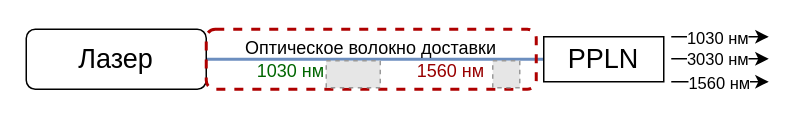
Before: Presentation/images/problem_fiber.drawio in 3dsoundfromtagan/Russian-Phd-LaTeX-Dissertation-Template, a draw.io diagram. Source tidied: cells renumbered, new cells numbered last; positions are measured from the earlier drawing's top-left corner, leaving out a move shared by most shapes. Both pictures are drawn from the tidied source at 150%, with x=0, y=0 at pixel (26, 28). Pictures stored in the file or linked from it are replaced by grey dashed boxes.
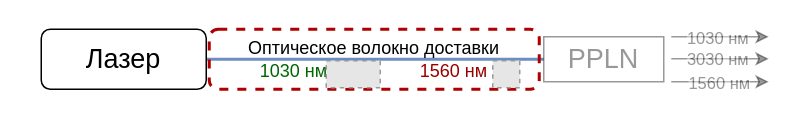
The same diagram, later.

Change to the diagram source:
```diff
@@
 <mxGraphModel>
   <root>
     <mxCell id="0" />
     <mxCell id="1" parent="0" />
     <mxCell id="2" style="edgeStyle=orthogonalEdgeStyle;rounded=0;jettySize=auto;html=1;exitX=1;exitY=0.5;exitDx=0;exitDy=0;entryX=0;entryY=0.5;entryDx=0;entryDy=0;fillColor=#dae8fc;strokeColor=#6c8ebf;endArrow=none;endFill=0;strokeWidth=2;" parent="1" edge="1" source="3" target="5">
       <mxGeometry relative="1" as="geometry" />
     </mxCell>
     <mxCell id="3" value="&lt;font style=&quot;font-size: 18px;&quot;&gt;Лазер&lt;/font&gt;" style="rounded=1;whiteSpace=wrap;html=1;" parent="1" vertex="1">
-      <mxGeometry width="120" height="40" as="geometry" />
+      <mxGeometry x="10" width="110" height="40" as="geometry" />
     </mxCell>
     <mxCell id="4" value="Оптическое волокно доставки&lt;div&gt;&lt;font style=&quot;color: rgb(0, 102, 0);&quot;&gt;1030 нм&lt;span style=&quot;white-space: pre;&quot;&gt;&#9;&lt;/span&gt;&lt;span style=&quot;white-space: pre;&quot;&gt;&#9;&lt;/span&gt;&lt;/font&gt;&lt;span style=&quot;white-space: pre;&quot;&gt;&#9;&lt;/span&gt;&lt;font style=&quot;color: rgb(153, 0, 0);&quot;&gt;1560 нм&lt;/font&gt;&lt;/div&gt;" style="whiteSpace=wrap;html=1;rounded=1;dashed=1;fillColor=none;strokeColor=#AE0000;strokeWidth=2;" parent="1" vertex="1">
-      <mxGeometry x="120" width="220" height="40" as="geometry" />
+      <mxGeometry x="122" width="220" height="40" as="geometry" />
     </mxCell>
-    <mxCell id="5" value="&lt;font style=&quot;font-size: 18px;&quot;&gt;PPLN&lt;/font&gt;" style="rounded=0;whiteSpace=wrap;html=1;" parent="1" vertex="1">
+    <mxCell id="5" value="&lt;font style=&quot;font-size: 18px;&quot;&gt;PPLN&lt;/font&gt;" style="rounded=0;whiteSpace=wrap;html=1;textOpacity=40;opacity=40;" parent="1" vertex="1">
       <mxGeometry x="345" y="5" width="80" height="30" as="geometry" />
     </mxCell>
-    <mxCell id="6" style="endArrow=classic;html=1;rounded=0;" parent="1" edge="1">
+    <mxCell id="6" style="endArrow=classic;html=1;rounded=0;textOpacity=40;opacity=40;" parent="1" edge="1">
       <mxGeometry relative="1" as="geometry">
         <mxPoint x="430" y="5" as="sourcePoint" />
         <mxPoint x="495" y="5" as="targetPoint" />
       </mxGeometry>
     </mxCell>
-    <mxCell id="7" value="1030 нм" style="edgeLabel;html=1;align=center;verticalAlign=middle;" parent="6" vertex="1">
+    <mxCell id="7" value="1030 нм" style="edgeLabel;html=1;align=center;verticalAlign=middle;textOpacity=40;" parent="6" vertex="1">
       <mxGeometry x="0.1" y="2" relative="1" as="geometry">
         <mxPoint x="-6" y="2" as="offset" />
       </mxGeometry>
     </mxCell>
-    <mxCell id="8" style="endArrow=classic;html=1;rounded=0;" parent="1" edge="1">
+    <mxCell id="8" style="endArrow=classic;html=1;rounded=0;textOpacity=40;opacity=40;" parent="1" edge="1">
       <mxGeometry relative="1" as="geometry">
         <mxPoint x="430" y="19.7" as="sourcePoint" />
         <mxPoint x="495" y="19.7" as="targetPoint" />
       </mxGeometry>
     </mxCell>
-    <mxCell id="9" value="3030 нм" style="edgeLabel;html=1;align=center;verticalAlign=middle;" parent="8" vertex="1">
+    <mxCell id="9" value="3030 нм" style="edgeLabel;html=1;align=center;verticalAlign=middle;textOpacity=40;" parent="8" vertex="1">
       <mxGeometry x="0.1" y="2" relative="1" as="geometry">
         <mxPoint x="-6" y="2" as="offset" />
       </mxGeometry>
     </mxCell>
-    <mxCell id="10" style="endArrow=classic;html=1;rounded=0;" parent="1" edge="1">
+    <mxCell id="10" style="endArrow=classic;html=1;rounded=0;textOpacity=40;opacity=40;" parent="1" edge="1">
       <mxGeometry relative="1" as="geometry">
         <mxPoint x="430" y="35" as="sourcePoint" />
         <mxPoint x="495" y="35" as="targetPoint" />
       </mxGeometry>
     </mxCell>
-    <mxCell id="11" value="1560 нм" style="edgeLabel;html=1;align=center;verticalAlign=middle;" parent="10" vertex="1">
+    <mxCell id="11" value="1560 нм" style="edgeLabel;html=1;align=center;verticalAlign=middle;textOpacity=40;" parent="10" vertex="1">
       <mxGeometry x="0.31" y="-1" relative="1" as="geometry">
         <mxPoint x="-12" y="-1" as="offset" />
       </mxGeometry>
     </mxCell>
     <mxCell id="12" style="fillColor=#E6E6E6;strokeColor=#999999;dashed=1;" parent="1" vertex="1">
       <mxGeometry x="200" y="21" width="36" height="18" as="geometry" />
     </mxCell>
     <mxCell id="13" style="fillColor=#E6E6E6;strokeColor=#999999;dashed=1;" parent="1" vertex="1">
       <mxGeometry x="311" y="21" width="18" height="18" as="geometry" />
     </mxCell>
   </root>
 </mxGraphModel>
```
